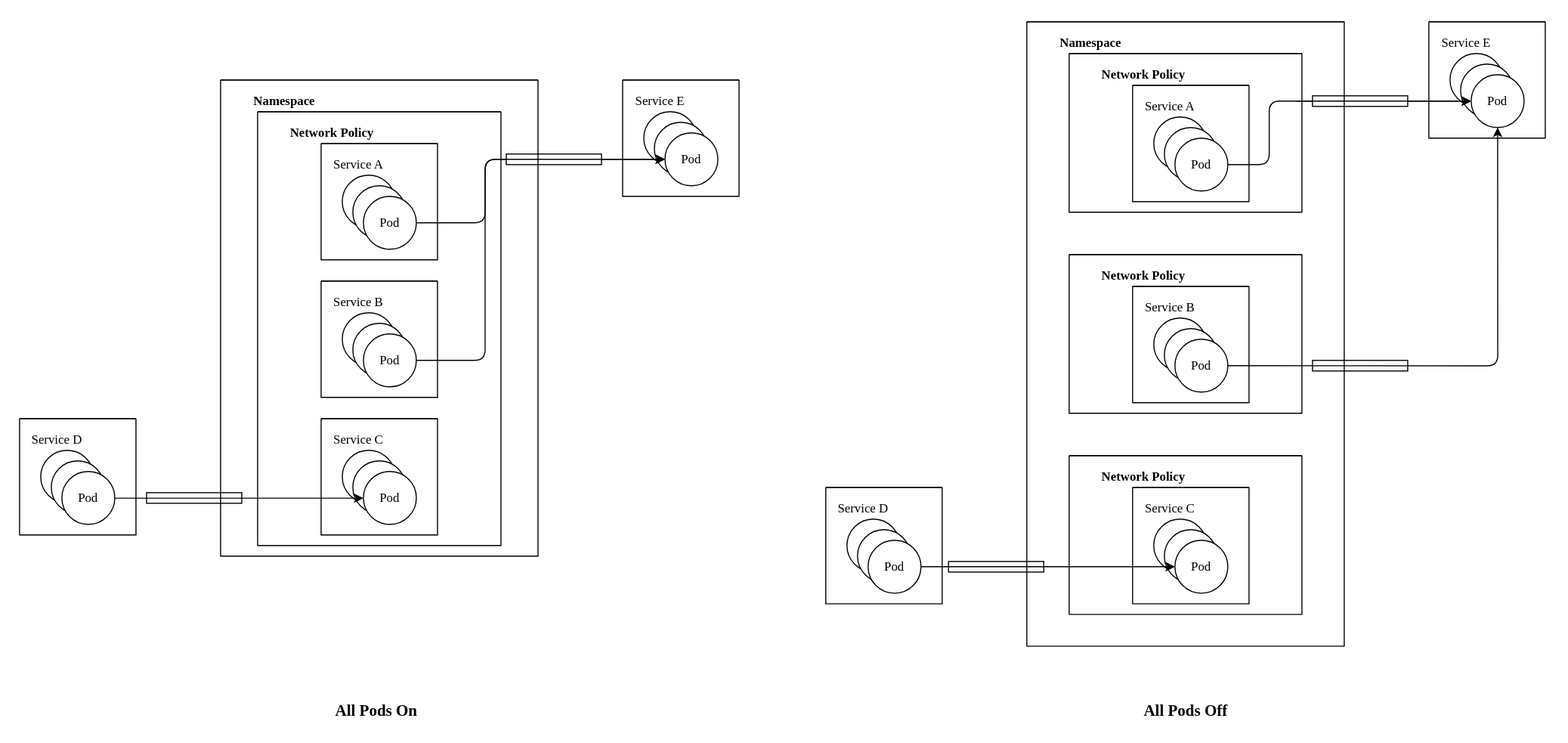
This is figures/two-modes.svg from WHALEEYE/MicroShield, a draw.io export, as it was before one commit. Source tidied: cells renumbered, new cells last; positions are measured from the earlier drawing's top-left corner, leaving out a move shared by most shapes. Source of this version:
```xml
<mxGraphModel background="#ffffff">
  <root>
    <mxCell id="0" />
    <mxCell id="1" parent="0" />
    <mxCell id="2" style="rounded=0;whiteSpace=wrap;html=1;fontFamily=Lucida Console;fillColor=none;" parent="1" vertex="1">
      <mxGeometry x="138" y="465" width="90" height="10" as="geometry" />
    </mxCell>
    <mxCell id="3" style="swimlane;startSize=0;fontFamily=Lucida Console;" parent="1" vertex="1">
      <mxGeometry x="208" y="75" width="300" height="450" as="geometry" />
    </mxCell>
    <mxCell id="4" value="&lt;b&gt;Namespace&lt;/b&gt;" style="text;html=1;align=center;verticalAlign=middle;strokeColor=none;fillColor=none;fontFamily=Lucida Console;" parent="3" vertex="1">
      <mxGeometry x="20" y="10" width="80" height="20" as="geometry" />
    </mxCell>
    <mxCell id="5" style="swimlane;startSize=0;fontFamily=Lucida Console;" parent="3" vertex="1">
      <mxGeometry x="35" y="30" width="230" height="410" as="geometry" />
    </mxCell>
    <mxCell id="6" value="Network Policy" style="text;html=1;align=center;verticalAlign=middle;strokeColor=none;fillColor=none;fontFamily=Lucida Console;fontStyle=1;" parent="5" vertex="1">
      <mxGeometry x="10" y="10" width="120" height="20" as="geometry" />
    </mxCell>
    <mxCell id="7" style="swimlane;startSize=0;fontFamily=Lucida Console;" parent="5" vertex="1">
      <mxGeometry x="60" y="30" width="110" height="110" as="geometry" />
    </mxCell>
    <mxCell id="8" value="Pod" style="ellipse;whiteSpace=wrap;html=1;fontFamily=Lucida Console;" parent="7" vertex="1">
      <mxGeometry x="20" y="30" width="50" height="50" as="geometry" />
    </mxCell>
    <mxCell id="9" value="Pod" style="ellipse;whiteSpace=wrap;html=1;fontFamily=Lucida Console;" parent="7" vertex="1">
      <mxGeometry x="30" y="40" width="50" height="50" as="geometry" />
    </mxCell>
    <mxCell id="10" value="Pod" style="ellipse;whiteSpace=wrap;html=1;fontFamily=Lucida Console;" parent="7" vertex="1">
      <mxGeometry x="40" y="50" width="50" height="50" as="geometry" />
    </mxCell>
    <mxCell id="11" value="Service A" style="text;html=1;align=center;verticalAlign=middle;strokeColor=none;fillColor=none;fontFamily=Lucida Console;" parent="7" vertex="1">
      <mxGeometry x="-5" y="10" width="80" height="20" as="geometry" />
    </mxCell>
    <mxCell id="12" style="swimlane;startSize=0;fontFamily=Lucida Console;" parent="5" vertex="1">
      <mxGeometry x="60" y="160" width="110" height="110" as="geometry" />
    </mxCell>
    <mxCell id="13" value="Pod" style="ellipse;whiteSpace=wrap;html=1;fontFamily=Lucida Console;" parent="12" vertex="1">
      <mxGeometry x="20" y="30" width="50" height="50" as="geometry" />
    </mxCell>
    <mxCell id="14" value="Pod" style="ellipse;whiteSpace=wrap;html=1;fontFamily=Lucida Console;" parent="12" vertex="1">
      <mxGeometry x="30" y="40" width="50" height="50" as="geometry" />
    </mxCell>
    <mxCell id="15" value="Pod" style="ellipse;whiteSpace=wrap;html=1;fontFamily=Lucida Console;" parent="12" vertex="1">
      <mxGeometry x="40" y="50" width="50" height="50" as="geometry" />
    </mxCell>
    <mxCell id="16" value="Service B" style="text;html=1;align=center;verticalAlign=middle;strokeColor=none;fillColor=none;fontFamily=Lucida Console;" parent="12" vertex="1">
      <mxGeometry x="-5" y="10" width="80" height="20" as="geometry" />
    </mxCell>
    <mxCell id="17" style="swimlane;startSize=0;fontFamily=Lucida Console;" parent="5" vertex="1">
      <mxGeometry x="60" y="290" width="110" height="110" as="geometry" />
    </mxCell>
    <mxCell id="18" value="Pod" style="ellipse;whiteSpace=wrap;html=1;fontFamily=Lucida Console;" parent="17" vertex="1">
      <mxGeometry x="20" y="30" width="50" height="50" as="geometry" />
    </mxCell>
    <mxCell id="19" value="Pod" style="ellipse;whiteSpace=wrap;html=1;fontFamily=Lucida Console;" parent="17" vertex="1">
      <mxGeometry x="30" y="40" width="50" height="50" as="geometry" />
    </mxCell>
    <mxCell id="20" value="Pod" style="ellipse;whiteSpace=wrap;html=1;fontFamily=Lucida Console;" parent="17" vertex="1">
      <mxGeometry x="40" y="50" width="50" height="50" as="geometry" />
    </mxCell>
    <mxCell id="21" value="Service C" style="text;html=1;align=center;verticalAlign=middle;strokeColor=none;fillColor=none;fontFamily=Lucida Console;" parent="17" vertex="1">
      <mxGeometry x="-5" y="10" width="80" height="20" as="geometry" />
    </mxCell>
    <mxCell id="22" style="swimlane;startSize=0;fontFamily=Lucida Console;" parent="1" vertex="1">
      <mxGeometry x="588" y="75" width="110" height="110" as="geometry" />
    </mxCell>
    <mxCell id="23" value="Pod" style="ellipse;whiteSpace=wrap;html=1;fontFamily=Lucida Console;" parent="22" vertex="1">
      <mxGeometry x="20" y="30" width="50" height="50" as="geometry" />
    </mxCell>
    <mxCell id="24" value="Pod" style="ellipse;whiteSpace=wrap;html=1;fontFamily=Lucida Console;" parent="22" vertex="1">
      <mxGeometry x="30" y="40" width="50" height="50" as="geometry" />
    </mxCell>
    <mxCell id="25" value="Pod" style="ellipse;whiteSpace=wrap;html=1;fontFamily=Lucida Console;" parent="22" vertex="1">
      <mxGeometry x="40" y="50" width="50" height="50" as="geometry" />
    </mxCell>
    <mxCell id="26" value="Service E" style="text;html=1;align=center;verticalAlign=middle;strokeColor=none;fillColor=none;fontFamily=Lucida Console;" parent="22" vertex="1">
      <mxGeometry x="-5" y="10" width="80" height="20" as="geometry" />
    </mxCell>
    <mxCell id="27" style="swimlane;startSize=0;fontFamily=Lucida Console;" parent="1" vertex="1">
      <mxGeometry x="18" y="395" width="110" height="110" as="geometry" />
    </mxCell>
    <mxCell id="28" value="Pod" style="ellipse;whiteSpace=wrap;html=1;fontFamily=Lucida Console;" parent="27" vertex="1">
      <mxGeometry x="20" y="30" width="50" height="50" as="geometry" />
    </mxCell>
    <mxCell id="29" value="Pod" style="ellipse;whiteSpace=wrap;html=1;fontFamily=Lucida Console;" parent="27" vertex="1">
      <mxGeometry x="30" y="40" width="50" height="50" as="geometry" />
    </mxCell>
    <mxCell id="30" value="Pod" style="ellipse;whiteSpace=wrap;html=1;fontFamily=Lucida Console;" parent="27" vertex="1">
      <mxGeometry x="40" y="50" width="50" height="50" as="geometry" />
    </mxCell>
    <mxCell id="31" value="Service D" style="text;html=1;align=center;verticalAlign=middle;strokeColor=none;fillColor=none;fontFamily=Lucida Console;" parent="27" vertex="1">
      <mxGeometry x="-5" y="10" width="80" height="20" as="geometry" />
    </mxCell>
    <mxCell id="32" style="edgeStyle=elbowEdgeStyle;html=1;fontFamily=Lucida Console;" parent="1" edge="1" source="10" target="25">
      <mxGeometry relative="1" as="geometry">
        <Array as="points">
          <mxPoint x="458" y="210" />
        </Array>
      </mxGeometry>
    </mxCell>
    <mxCell id="33" style="edgeStyle=elbowEdgeStyle;html=1;exitX=1;exitY=0.5;exitDx=0;exitDy=0;fontFamily=Lucida Console;startArrow=none;" parent="1" edge="1" source="34" target="25">
      <mxGeometry relative="1" as="geometry" />
    </mxCell>
    <mxCell id="34" style="rounded=0;whiteSpace=wrap;html=1;fontFamily=Lucida Console;fillColor=none;" parent="1" vertex="1">
      <mxGeometry x="478" y="145" width="90" height="10" as="geometry" />
    </mxCell>
    <mxCell id="35" style="edgeStyle=elbowEdgeStyle;html=1;exitX=1;exitY=0.5;exitDx=0;exitDy=0;fontFamily=Lucida Console;endArrow=none;" parent="1" edge="1" source="15" target="34">
      <mxGeometry relative="1" as="geometry">
        <Array as="points">
          <mxPoint x="458" y="225" />
        </Array>
      </mxGeometry>
    </mxCell>
    <mxCell id="36" style="edgeStyle=elbowEdgeStyle;elbow=vertical;html=1;entryX=0;entryY=0.5;entryDx=0;entryDy=0;fontFamily=Lucida Console;" parent="1" edge="1" source="30" target="20">
      <mxGeometry relative="1" as="geometry" />
    </mxCell>
    <mxCell id="37" style="swimlane;startSize=0;fontFamily=Lucida Console;" parent="1" vertex="1">
      <mxGeometry x="970" y="20" width="300" height="590" as="geometry" />
    </mxCell>
    <mxCell id="38" value="&lt;b&gt;Namespace&lt;/b&gt;" style="text;html=1;align=center;verticalAlign=middle;strokeColor=none;fillColor=none;fontFamily=Lucida Console;" parent="37" vertex="1">
      <mxGeometry x="20" y="10" width="80" height="20" as="geometry" />
    </mxCell>
    <mxCell id="39" style="swimlane;startSize=0;fontFamily=Lucida Console;" parent="37" vertex="1">
      <mxGeometry x="40" y="30" width="220" height="150" as="geometry" />
    </mxCell>
    <mxCell id="40" value="Network Policy" style="text;html=1;align=center;verticalAlign=middle;strokeColor=none;fillColor=none;fontFamily=Lucida Console;fontStyle=1;" parent="39" vertex="1">
      <mxGeometry x="10" y="10" width="120" height="20" as="geometry" />
    </mxCell>
    <mxCell id="41" style="swimlane;startSize=0;fontFamily=Lucida Console;" parent="39" vertex="1">
      <mxGeometry x="60" y="30" width="110" height="110" as="geometry" />
    </mxCell>
    <mxCell id="42" value="Pod" style="ellipse;whiteSpace=wrap;html=1;fontFamily=Lucida Console;" parent="41" vertex="1">
      <mxGeometry x="20" y="30" width="50" height="50" as="geometry" />
    </mxCell>
    <mxCell id="43" value="Pod" style="ellipse;whiteSpace=wrap;html=1;fontFamily=Lucida Console;" parent="41" vertex="1">
      <mxGeometry x="30" y="40" width="50" height="50" as="geometry" />
    </mxCell>
    <mxCell id="44" value="Pod" style="ellipse;whiteSpace=wrap;html=1;fontFamily=Lucida Console;" parent="41" vertex="1">
      <mxGeometry x="40" y="50" width="50" height="50" as="geometry" />
    </mxCell>
    <mxCell id="45" value="Service A" style="text;html=1;align=center;verticalAlign=middle;strokeColor=none;fillColor=none;fontFamily=Lucida Console;" parent="41" vertex="1">
      <mxGeometry x="-5" y="10" width="80" height="20" as="geometry" />
    </mxCell>
    <mxCell id="46" style="swimlane;startSize=0;fontFamily=Lucida Console;" parent="37" vertex="1">
      <mxGeometry x="40" y="220" width="220" height="150" as="geometry" />
    </mxCell>
    <mxCell id="47" value="Network Policy" style="text;html=1;align=center;verticalAlign=middle;strokeColor=none;fillColor=none;fontFamily=Lucida Console;fontStyle=1;" parent="46" vertex="1">
      <mxGeometry x="10" y="10" width="120" height="20" as="geometry" />
    </mxCell>
    <mxCell id="48" style="swimlane;startSize=0;fontFamily=Lucida Console;" parent="46" vertex="1">
      <mxGeometry x="60" y="30" width="110" height="110" as="geometry" />
    </mxCell>
    <mxCell id="49" value="Pod" style="ellipse;whiteSpace=wrap;html=1;fontFamily=Lucida Console;" parent="48" vertex="1">
      <mxGeometry x="20" y="30" width="50" height="50" as="geometry" />
    </mxCell>
    <mxCell id="50" value="Pod" style="ellipse;whiteSpace=wrap;html=1;fontFamily=Lucida Console;" parent="48" vertex="1">
      <mxGeometry x="30" y="40" width="50" height="50" as="geometry" />
    </mxCell>
    <mxCell id="51" value="Pod" style="ellipse;whiteSpace=wrap;html=1;fontFamily=Lucida Console;" parent="48" vertex="1">
      <mxGeometry x="40" y="50" width="50" height="50" as="geometry" />
    </mxCell>
    <mxCell id="52" value="Service B" style="text;html=1;align=center;verticalAlign=middle;strokeColor=none;fillColor=none;fontFamily=Lucida Console;" parent="48" vertex="1">
      <mxGeometry x="-5" y="10" width="80" height="20" as="geometry" />
    </mxCell>
    <mxCell id="53" style="swimlane;startSize=0;fontFamily=Lucida Console;" parent="37" vertex="1">
      <mxGeometry x="40" y="410" width="220" height="150" as="geometry" />
    </mxCell>
    <mxCell id="54" value="Network Policy" style="text;html=1;align=center;verticalAlign=middle;strokeColor=none;fillColor=none;fontFamily=Lucida Console;fontStyle=1;" parent="53" vertex="1">
      <mxGeometry x="10" y="10" width="120" height="20" as="geometry" />
    </mxCell>
    <mxCell id="55" style="swimlane;startSize=0;fontFamily=Lucida Console;" parent="53" vertex="1">
      <mxGeometry x="60" y="30" width="110" height="110" as="geometry" />
    </mxCell>
    <mxCell id="56" value="Pod" style="ellipse;whiteSpace=wrap;html=1;fontFamily=Lucida Console;" parent="55" vertex="1">
      <mxGeometry x="20" y="30" width="50" height="50" as="geometry" />
    </mxCell>
    <mxCell id="57" value="Pod" style="ellipse;whiteSpace=wrap;html=1;fontFamily=Lucida Console;" parent="55" vertex="1">
      <mxGeometry x="30" y="40" width="50" height="50" as="geometry" />
    </mxCell>
    <mxCell id="58" value="Pod" style="ellipse;whiteSpace=wrap;html=1;fontFamily=Lucida Console;" parent="55" vertex="1">
      <mxGeometry x="40" y="50" width="50" height="50" as="geometry" />
    </mxCell>
    <mxCell id="59" value="Service C" style="text;html=1;align=center;verticalAlign=middle;strokeColor=none;fillColor=none;fontFamily=Lucida Console;" parent="55" vertex="1">
      <mxGeometry x="-5" y="10" width="80" height="20" as="geometry" />
    </mxCell>
    <mxCell id="60" style="swimlane;startSize=0;fontFamily=Lucida Console;" parent="1" vertex="1">
      <mxGeometry x="1350" y="20" width="110" height="110" as="geometry" />
    </mxCell>
    <mxCell id="61" value="Pod" style="ellipse;whiteSpace=wrap;html=1;fontFamily=Lucida Console;" parent="60" vertex="1">
      <mxGeometry x="20" y="30" width="50" height="50" as="geometry" />
    </mxCell>
    <mxCell id="62" value="Pod" style="ellipse;whiteSpace=wrap;html=1;fontFamily=Lucida Console;" parent="60" vertex="1">
      <mxGeometry x="30" y="40" width="50" height="50" as="geometry" />
    </mxCell>
    <mxCell id="63" value="Pod" style="ellipse;whiteSpace=wrap;html=1;fontFamily=Lucida Console;" parent="60" vertex="1">
      <mxGeometry x="40" y="50" width="50" height="50" as="geometry" />
    </mxCell>
    <mxCell id="64" value="Service E" style="text;html=1;align=center;verticalAlign=middle;strokeColor=none;fillColor=none;fontFamily=Lucida Console;" parent="60" vertex="1">
      <mxGeometry x="-5" y="10" width="80" height="20" as="geometry" />
    </mxCell>
    <mxCell id="65" style="swimlane;startSize=0;fontFamily=Lucida Console;" parent="1" vertex="1">
      <mxGeometry x="780" y="460" width="110" height="110" as="geometry" />
    </mxCell>
    <mxCell id="66" value="Pod" style="ellipse;whiteSpace=wrap;html=1;fontFamily=Lucida Console;" parent="65" vertex="1">
      <mxGeometry x="20" y="30" width="50" height="50" as="geometry" />
    </mxCell>
    <mxCell id="67" value="Pod" style="ellipse;whiteSpace=wrap;html=1;fontFamily=Lucida Console;" parent="65" vertex="1">
      <mxGeometry x="30" y="40" width="50" height="50" as="geometry" />
    </mxCell>
    <mxCell id="68" value="Pod" style="ellipse;whiteSpace=wrap;html=1;fontFamily=Lucida Console;" parent="65" vertex="1">
      <mxGeometry x="40" y="50" width="50" height="50" as="geometry" />
    </mxCell>
    <mxCell id="69" value="Service D" style="text;html=1;align=center;verticalAlign=middle;strokeColor=none;fillColor=none;fontFamily=Lucida Console;" parent="65" vertex="1">
      <mxGeometry x="-5" y="10" width="80" height="20" as="geometry" />
    </mxCell>
    <mxCell id="70" style="edgeStyle=elbowEdgeStyle;html=1;fontFamily=Lucida Console;startArrow=none;" parent="1" edge="1" source="75" target="63">
      <mxGeometry relative="1" as="geometry">
        <Array as="points">
          <mxPoint x="1220" y="155" />
        </Array>
      </mxGeometry>
    </mxCell>
    <mxCell id="71" style="edgeStyle=elbowEdgeStyle;html=1;exitX=1;exitY=0.5;exitDx=0;exitDy=0;fontFamily=Lucida Console;startArrow=none;" parent="1" edge="1" target="63">
      <mxGeometry relative="1" as="geometry">
        <mxPoint x="1330" y="95" as="sourcePoint" />
      </mxGeometry>
    </mxCell>
    <mxCell id="72" style="edgeStyle=orthogonalEdgeStyle;html=1;entryX=0.5;entryY=1;entryDx=0;entryDy=0;fontFamily=Lucida Console;elbow=vertical;exitX=1;exitY=0.5;exitDx=0;exitDy=0;" parent="1" edge="1" source="51" target="63">
      <mxGeometry relative="1" as="geometry" />
    </mxCell>
    <mxCell id="73" style="rounded=0;whiteSpace=wrap;html=1;fontFamily=Lucida Console;fillColor=none;" parent="1" vertex="1">
      <mxGeometry x="896" y="530" width="90" height="10" as="geometry" />
    </mxCell>
    <mxCell id="74" style="edgeStyle=elbowEdgeStyle;elbow=vertical;html=1;entryX=0;entryY=0.5;entryDx=0;entryDy=0;fontFamily=Lucida Console;exitX=1;exitY=0.5;exitDx=0;exitDy=0;" parent="1" edge="1" source="68" target="58">
      <mxGeometry relative="1" as="geometry">
        <Array as="points">
          <mxPoint x="955" y="535" />
          <mxPoint x="985" y="535" />
        </Array>
      </mxGeometry>
    </mxCell>
    <mxCell id="75" style="rounded=0;whiteSpace=wrap;html=1;fontFamily=Lucida Console;fillColor=none;" parent="1" vertex="1">
      <mxGeometry x="1240" y="90" width="90" height="10" as="geometry" />
    </mxCell>
    <mxCell id="76" style="edgeStyle=elbowEdgeStyle;html=1;fontFamily=Lucida Console;endArrow=none;" parent="1" edge="1" source="44" target="75">
      <mxGeometry relative="1" as="geometry" />
    </mxCell>
    <mxCell id="77" style="rounded=0;whiteSpace=wrap;html=1;fontFamily=Lucida Console;fillColor=none;" parent="1" vertex="1">
      <mxGeometry x="1240" y="340" width="90" height="10" as="geometry" />
    </mxCell>
    <mxCell id="78" style="rounded=0;whiteSpace=wrap;html=1;fillColor=none;strokeColor=none;fontFamily=Lucida Console;" parent="1" vertex="1">
      <mxGeometry width="1480" height="700" as="geometry" />
    </mxCell>
    <mxCell id="79" value="All Pods On" style="text;html=1;align=center;verticalAlign=middle;strokeColor=none;fillColor=none;fontFamily=Lucida Console;fontSize=15;fontStyle=1;" parent="1" vertex="1">
      <mxGeometry x="295" y="660" width="120" height="20" as="geometry" />
    </mxCell>
    <mxCell id="80" value="All Pods Off" style="text;html=1;align=center;verticalAlign=middle;strokeColor=none;fillColor=none;fontFamily=Lucida Console;fontSize=15;fontStyle=1;" parent="1" vertex="1">
      <mxGeometry x="1055" y="660" width="130" height="20" as="geometry" />
    </mxCell>
  </root>
</mxGraphModel>
```
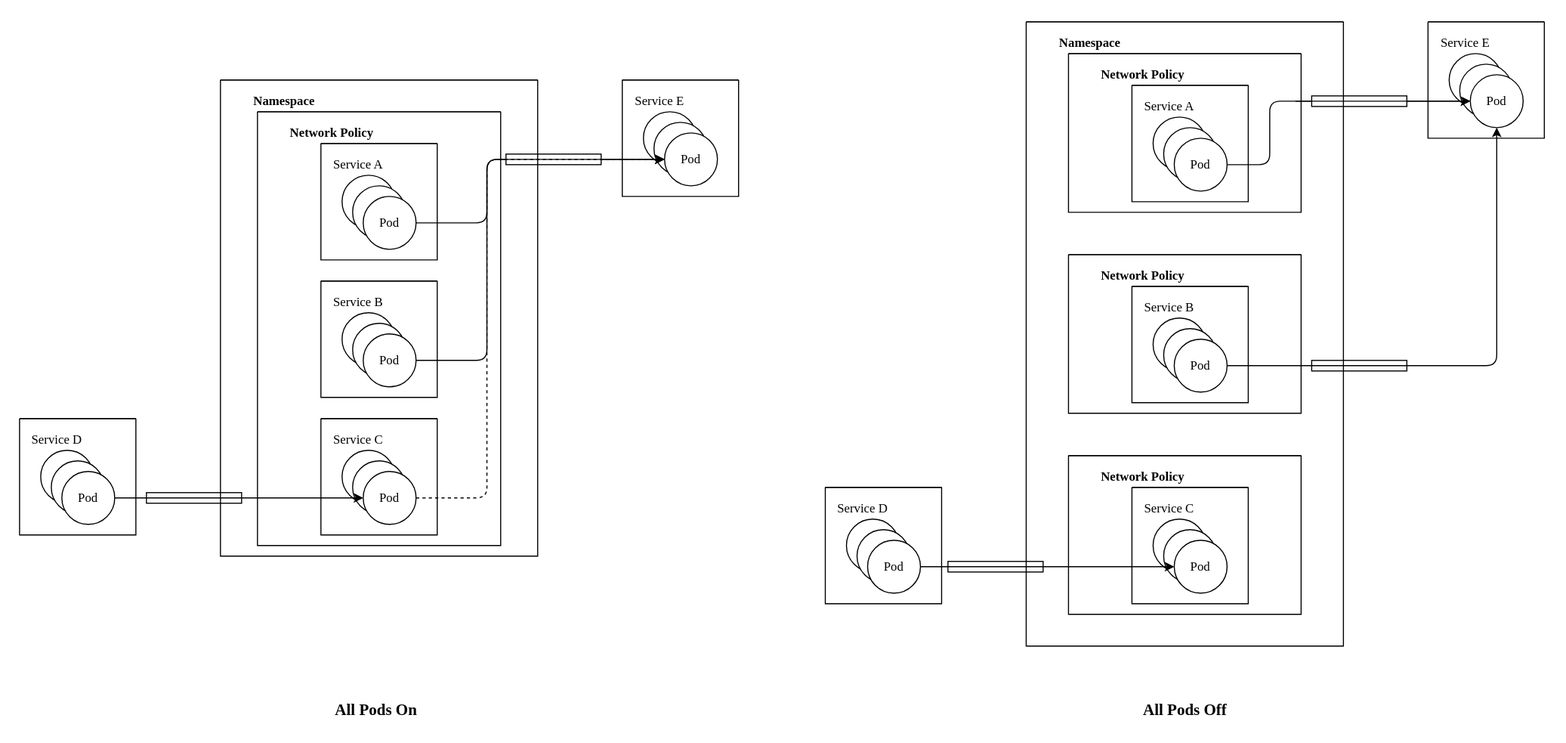
Later version of the same file.

Diff of the diagram source:
```diff
@@ -95,7 +95,7 @@
     <mxCell id="32" style="edgeStyle=elbowEdgeStyle;html=1;fontFamily=Lucida Console;" parent="1" edge="1" source="10" target="25">
       <mxGeometry relative="1" as="geometry">
         <Array as="points">
-          <mxPoint x="458" y="210" />
+          <mxPoint x="460" y="180" />
         </Array>
       </mxGeometry>
     </mxCell>
@@ -108,6 +108,7 @@
     <mxCell id="35" style="edgeStyle=elbowEdgeStyle;html=1;exitX=1;exitY=0.5;exitDx=0;exitDy=0;fontFamily=Lucida Console;endArrow=none;" parent="1" edge="1" source="15" target="34">
       <mxGeometry relative="1" as="geometry">
         <Array as="points">
+          <mxPoint x="460" y="220" />
           <mxPoint x="458" y="225" />
         </Array>
       </mxGeometry>
@@ -249,14 +250,21 @@
     <mxCell id="77" style="rounded=0;whiteSpace=wrap;html=1;fontFamily=Lucida Console;fillColor=none;" parent="1" vertex="1">
       <mxGeometry x="1240" y="340" width="90" height="10" as="geometry" />
     </mxCell>
-    <mxCell id="78" style="rounded=0;whiteSpace=wrap;html=1;fillColor=none;strokeColor=none;fontFamily=Lucida Console;" parent="1" vertex="1">
-      <mxGeometry width="1480" height="700" as="geometry" />
-    </mxCell>
     <mxCell id="79" value="All Pods On" style="text;html=1;align=center;verticalAlign=middle;strokeColor=none;fillColor=none;fontFamily=Lucida Console;fontSize=15;fontStyle=1;" parent="1" vertex="1">
       <mxGeometry x="295" y="660" width="120" height="20" as="geometry" />
     </mxCell>
     <mxCell id="80" value="All Pods Off" style="text;html=1;align=center;verticalAlign=middle;strokeColor=none;fillColor=none;fontFamily=Lucida Console;fontSize=15;fontStyle=1;" parent="1" vertex="1">
       <mxGeometry x="1055" y="660" width="130" height="20" as="geometry" />
     </mxCell>
+    <mxCell id="81" style="edgeStyle=elbowEdgeStyle;html=1;entryX=0;entryY=0.5;entryDx=0;entryDy=0;dashed=1;" parent="1" edge="1" source="20" target="25">
+      <mxGeometry relative="1" as="geometry">
+        <Array as="points">
+          <mxPoint x="460" y="310" />
+        </Array>
+      </mxGeometry>
+    </mxCell>
+    <mxCell id="78" style="rounded=0;whiteSpace=wrap;html=1;fillColor=none;strokeColor=none;fontFamily=Lucida Console;" parent="1" vertex="1">
+      <mxGeometry width="1480" height="700" as="geometry" />
+    </mxCell>
   </root>
 </mxGraphModel>
```
